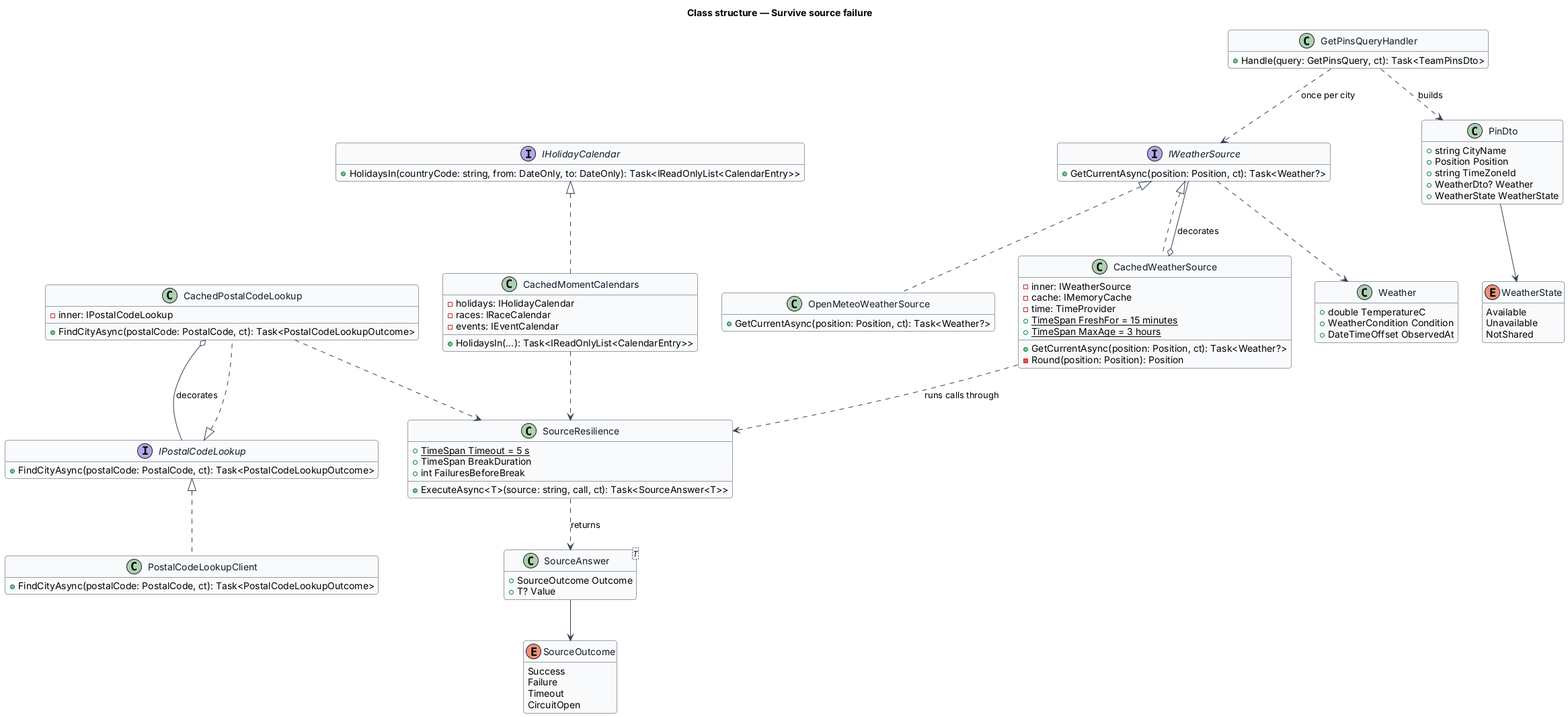
This is docs/detailed-designs/platform/survive-source-failure/diagrams/class-structure.png from QuinntyneBrown/Mondino, a PlantUML export, as it was before one commit.
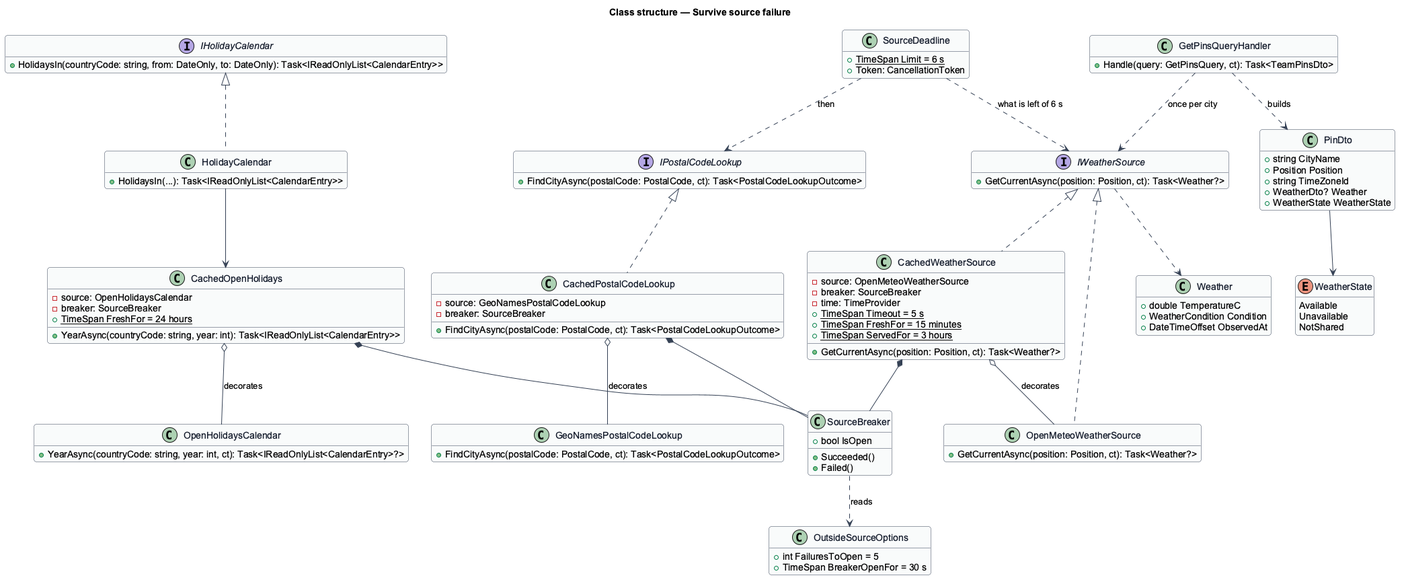
After the change.

The edit, as a diff of the source:
```diff
@@ -29,48 +29,54 @@
 }
 
 class CachedWeatherSource {
-  -inner: IWeatherSource
-  -cache: IMemoryCache
+  -source: OpenMeteoWeatherSource
+  -breaker: SourceBreaker
   -time: TimeProvider
+  +{static} TimeSpan Timeout = 5 s
   +{static} TimeSpan FreshFor = 15 minutes
-  +{static} TimeSpan MaxAge = 3 hours
+  +{static} TimeSpan ServedFor = 3 hours
   +GetCurrentAsync(position: Position, ct): Task<Weather?>
-  -Round(position: Position): Position
 }
 
-class PostalCodeLookupClient {
+class GeoNamesPostalCodeLookup {
   +FindCityAsync(postalCode: PostalCode, ct): Task<PostalCodeLookupOutcome>
 }
 
 class CachedPostalCodeLookup {
-  -inner: IPostalCodeLookup
+  -source: GeoNamesPostalCodeLookup
+  -breaker: SourceBreaker
   +FindCityAsync(postalCode: PostalCode, ct): Task<PostalCodeLookupOutcome>
 }
 
-class CachedMomentCalendars {
-  -holidays: IHolidayCalendar
-  -races: IRaceCalendar
-  -events: IEventCalendar
+class OpenHolidaysCalendar {
+  +YearAsync(countryCode: string, year: int, ct): Task<IReadOnlyList<CalendarEntry>?>
+}
+
+class CachedOpenHolidays {
+  -source: OpenHolidaysCalendar
+  -breaker: SourceBreaker
+  +{static} TimeSpan FreshFor = 24 hours
+  +YearAsync(countryCode: string, year: int): Task<IReadOnlyList<CalendarEntry>>
+}
+
+class HolidayCalendar {
   +HolidaysIn(...): Task<IReadOnlyList<CalendarEntry>>
 }
 
-class SourceResilience {
-  +{static} TimeSpan Timeout = 5 s
-  +TimeSpan BreakDuration
-  +int FailuresBeforeBreak
-  +ExecuteAsync<T>(source: string, call, ct): Task<SourceAnswer<T>>
+class SourceBreaker {
+  +bool IsOpen
+  +Succeeded()
+  +Failed()
 }
 
-enum SourceOutcome {
-  Success
-  Failure
-  Timeout
-  CircuitOpen
+class OutsideSourceOptions {
+  +int FailuresToOpen = 5
+  +TimeSpan BreakerOpenFor = 30 s
 }
 
-class "SourceAnswer<T>" as SourceAnswer {
-  +SourceOutcome Outcome
-  +T? Value
+class SourceDeadline {
+  +{static} TimeSpan Limit = 6 s
+  +Token: CancellationToken
 }
 
 class GetPinsQueryHandler {
@@ -99,16 +105,18 @@
 
 IWeatherSource <|.. OpenMeteoWeatherSource
 IWeatherSource <|.. CachedWeatherSource
-CachedWeatherSource o-- IWeatherSource : decorates
-IPostalCodeLookup <|.. PostalCodeLookupClient
+CachedWeatherSource o-- OpenMeteoWeatherSource : decorates
 IPostalCodeLookup <|.. CachedPostalCodeLookup
-CachedPostalCodeLookup o-- IPostalCodeLookup : decorates
-IHolidayCalendar <|.. CachedMomentCalendars
-CachedWeatherSource ..> SourceResilience : runs calls through
-CachedPostalCodeLookup ..> SourceResilience
-CachedMomentCalendars ..> SourceResilience
-SourceResilience ..> SourceAnswer : returns
-SourceAnswer --> SourceOutcome
+CachedPostalCodeLookup o-- GeoNamesPostalCodeLookup : decorates
+IHolidayCalendar <|.. HolidayCalendar
+HolidayCalendar --> CachedOpenHolidays
+CachedOpenHolidays o-- OpenHolidaysCalendar : decorates
+CachedWeatherSource *-- SourceBreaker
+CachedPostalCodeLookup *-- SourceBreaker
+CachedOpenHolidays *-- SourceBreaker
+SourceBreaker ..> OutsideSourceOptions : reads
+SourceDeadline ..> IPostalCodeLookup : then
+SourceDeadline ..> IWeatherSource : what is left of 6 s
 GetPinsQueryHandler ..> IWeatherSource : once per city
 GetPinsQueryHandler ..> PinDto : builds
 PinDto --> WeatherState
```
